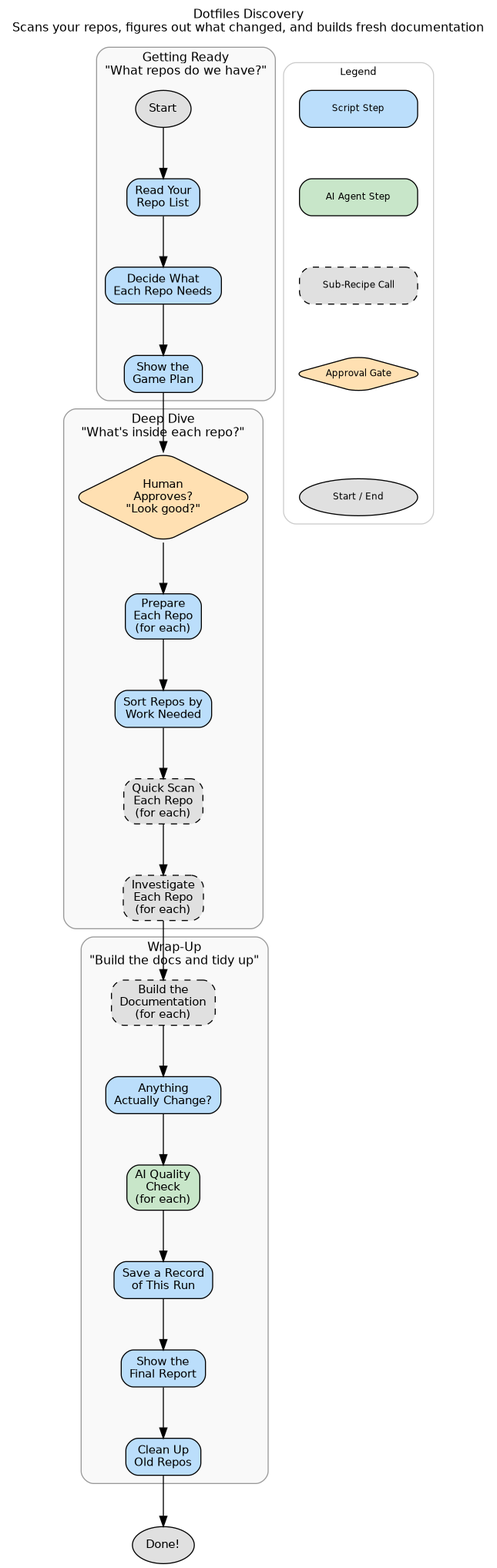
Above: recipes/dotfiles-discovery.png in bkrabach/amplifier-bundle-dot-docs (Graphviz), before the change. Its source is kept beside it as recipes/dotfiles-discovery.dot. The source it was exported from:
```dot
digraph dotfiles_discovery {
    rankdir=TB
    fontname="Helvetica"
    fontsize=12
    label="Dotfiles Discovery\nScans your repos, figures out what changed, and builds fresh documentation"
    labelloc=t
    labeljust=c
    compound=true
    nodesep=0.6
    ranksep=0.7
    bgcolor="white"
    source_hash="7741445b835a28f4d95ee8cc4b39314c1cd7125bddf81c2da356ebb1c463edef"

    node [fontname="Helvetica", fontsize=11, style="filled,rounded"]
    edge [fontname="Helvetica", fontsize=9]

    start [label="Start", shape=oval, fillcolor="#e0e0e0"]
    done  [label="Done!", shape=oval, fillcolor="#e0e0e0"]

    subgraph cluster_setup {
        label="Getting Ready\n\"What repos do we have?\""
        style="filled,rounded"
        fillcolor="#f9f9f9"
        color="#999999"

        step_read_profile [label="Read Your\nRepo List", shape=box, fillcolor="#bbdefb", style="filled,rounded", tooltip="python3 << 'EOF' import json import ast import sys from pathlib import Path  try:     import yaml ex"]
        step_determine_tiers [label="Decide What\nEach Repo Needs", shape=box, fillcolor="#bbdefb", style="filled,rounded", tooltip="python3 << 'EOF' import json import ast import sys from pathlib import Path  sys.path.insert(0, str("]
        step_display_plan [label="Show the\nGame Plan", shape=box, fillcolor="#bbdefb", style="filled,rounded", tooltip="python3 << 'EOF' import json  import ast TIER_LABELS = {     -1: 'SKIP (not found)',      0: 'SKIP ("]

        start -> step_read_profile
        step_read_profile -> step_determine_tiers
        step_determine_tiers -> step_display_plan
    }

    gate_investigation [label="Human\nApproves?\n\"Look good?\"", shape=diamond, fillcolor="#ffe0b2", tooltip="## Discovery Plan — Ready for Synthesis  The following tier plan was computed from your profile and "]
    step_display_plan -> gate_investigation
    subgraph cluster_investigation {
        label="Deep Dive\n\"What's inside each repo?\""
        style="filled,rounded"
        fillcolor="#f9f9f9"
        color="#999999"

        step_process_repos [label="Prepare\nEach Repo\n(for each)", shape=box, fillcolor="#bbdefb", style="filled,rounded", tooltip="python3 << 'EOF' import json  import ast entry = ast.literal_eval('''{{repo_entry}}''') repo  = entr"]
        step_filter_tiers [label="Sort Repos by\nWork Needed", shape=box, fillcolor="#bbdefb", style="filled,rounded", tooltip="python3 << 'EOF' import json, ast  tier_plan = ast.literal_eval('''{{tier_plan}}''')  prescan_repos "]
        step_prescan_repos [label="Quick Scan\nEach Repo\n(for each)", shape=box, fillcolor="#e0e0e0", style="filled,rounded,dashed", tooltip="prescan-repos"]
        step_investigate_repos [label="Investigate\nEach Repo\n(for each)", shape=box, fillcolor="#e0e0e0", style="filled,rounded,dashed", tooltip="investigate-repos"]

        gate_investigation -> step_process_repos
        step_process_repos -> step_filter_tiers
        step_filter_tiers -> step_prescan_repos
        step_prescan_repos -> step_investigate_repos
    }

    subgraph cluster_synthesis {
        label="Wrap-Up\n\"Build the docs and tidy up\""
        style="filled,rounded"
        fillcolor="#f9f9f9"
        color="#999999"

        step_run_synthesis [label="Build the\nDocumentation\n(for each)", shape=box, fillcolor="#e0e0e0", style="filled,rounded,dashed", tooltip="run-synthesis"]
        step_check_content_hash [label="Anything\nActually Change?", shape=box, fillcolor="#bbdefb", style="filled,rounded", tooltip="python3 << 'EOF' import json import ast import sys from pathlib import Path  # Add tools directory t"]
        step_tier3_analysis [label="AI Quality\nCheck\n(for each)", shape=box, fillcolor="#c8e6c9", style="filled,rounded", tooltip="dot-graph:dot-author"]
        step_write_metadata [label="Save a Record\nof This Run", shape=box, fillcolor="#bbdefb", style="filled,rounded", tooltip="python3 << 'EOF' import json import ast import sys from datetime import datetime, timezone from path"]
        step_final_summary [label="Show the\nFinal Report", shape=box, fillcolor="#bbdefb", style="filled,rounded", tooltip="python3 << 'EOF' import json  import ast dotfiles_root = '{{dotfiles_root}}' metadata_raw = '{{metad"]
        step_reconcile_stale_repos [label="Clean Up\nOld Repos", shape=box, fillcolor="#bbdefb", style="filled,rounded", tooltip="python3 << 'EOF' import sys from pathlib import Path  sys.path.insert(0, '/home/bkrabach/dev/dot-doc"]

        step_investigate_repos -> step_run_synthesis
        step_run_synthesis -> step_check_content_hash
        step_check_content_hash -> step_tier3_analysis
        step_tier3_analysis -> step_write_metadata
        step_write_metadata -> step_final_summary
        step_final_summary -> step_reconcile_stale_repos
    }

    step_reconcile_stale_repos -> done

    subgraph cluster_legend {
        label="Legend"
        style="filled,rounded"
        fillcolor="white"
        color="#cccccc"
        fontsize=10
        node [shape=box, fontsize=9, width=1.6]
        leg_bash [label="Script Step", shape=box, fillcolor="#bbdefb"]
        leg_agent [label="AI Agent Step", shape=box, fillcolor="#c8e6c9"]
        leg_sub [label="Sub-Recipe Call", shape=box, fillcolor="#e0e0e0", style="filled,rounded,dashed"]
        leg_gate [label="Approval Gate", shape=diamond, fillcolor="#ffe0b2"]
        leg_start [label="Start / End", shape=oval, fillcolor="#e0e0e0"]
        leg_bash -> leg_agent -> leg_sub -> leg_gate -> leg_start [style=invis]
    }
}
```
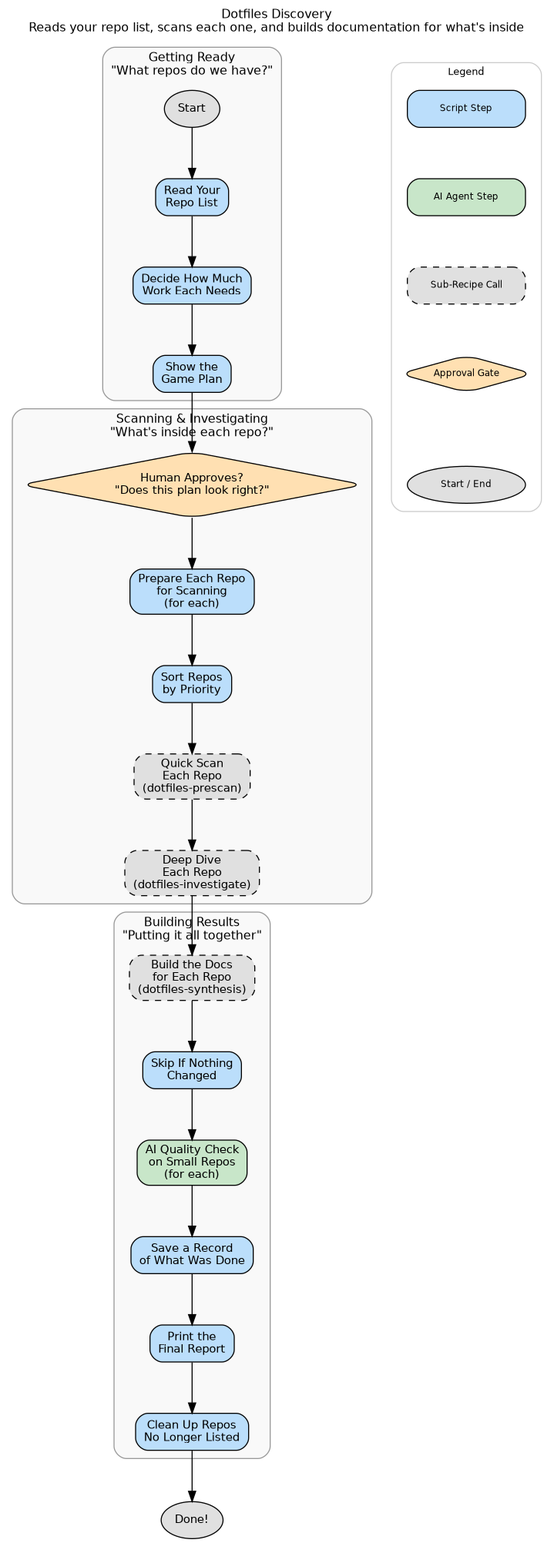
After the change.

What changed in the source:
```diff
@@ -2,7 +2,7 @@
     rankdir=TB
     fontname="Helvetica"
     fontsize=12
-    label="Dotfiles Discovery\nScans your repos, figures out what changed, and builds fresh documentation"
+    label="Dotfiles Discovery\nReads your repo list, scans each one, and builds documentation for what's inside"
     labelloc=t
     labeljust=c
     compound=true
@@ -24,7 +24,7 @@
         color="#999999"
 
         step_read_profile [label="Read Your\nRepo List", shape=box, fillcolor="#bbdefb", style="filled,rounded", tooltip="python3 << 'EOF' import json import ast import sys from pathlib import Path  try:     import yaml ex"]
-        step_determine_tiers [label="Decide What\nEach Repo Needs", shape=box, fillcolor="#bbdefb", style="filled,rounded", tooltip="python3 << 'EOF' import json import ast import sys from pathlib import Path  sys.path.insert(0, str("]
+        step_determine_tiers [label="Decide How Much\nWork Each Needs", shape=box, fillcolor="#bbdefb", style="filled,rounded", tooltip="python3 << 'EOF' import json import ast import sys from pathlib import Path  sys.path.insert(0, str("]
         step_display_plan [label="Show the\nGame Plan", shape=box, fillcolor="#bbdefb", style="filled,rounded", tooltip="python3 << 'EOF' import json  import ast TIER_LABELS = {     -1: 'SKIP (not found)',      0: 'SKIP ("]
 
         start -> step_read_profile
@@ -32,18 +32,18 @@
         step_determine_tiers -> step_display_plan
     }
 
-    gate_investigation [label="Human\nApproves?\n\"Look good?\"", shape=diamond, fillcolor="#ffe0b2", tooltip="## Discovery Plan — Ready for Synthesis  The following tier plan was computed from your profile and "]
+    gate_investigation [label="Human Approves?\n\"Does this plan look right?\"", shape=diamond, fillcolor="#ffe0b2", tooltip="## Discovery Plan — Ready for Synthesis  The following tier plan was computed from your profile and "]
     step_display_plan -> gate_investigation
     subgraph cluster_investigation {
-        label="Deep Dive\n\"What's inside each repo?\""
+        label="Scanning & Investigating\n\"What's inside each repo?\""
         style="filled,rounded"
         fillcolor="#f9f9f9"
         color="#999999"
 
-        step_process_repos [label="Prepare\nEach Repo\n(for each)", shape=box, fillcolor="#bbdefb", style="filled,rounded", tooltip="python3 << 'EOF' import json  import ast entry = ast.literal_eval('''{{repo_entry}}''') repo  = entr"]
-        step_filter_tiers [label="Sort Repos by\nWork Needed", shape=box, fillcolor="#bbdefb", style="filled,rounded", tooltip="python3 << 'EOF' import json, ast  tier_plan = ast.literal_eval('''{{tier_plan}}''')  prescan_repos "]
-        step_prescan_repos [label="Quick Scan\nEach Repo\n(for each)", shape=box, fillcolor="#e0e0e0", style="filled,rounded,dashed", tooltip="prescan-repos"]
-        step_investigate_repos [label="Investigate\nEach Repo\n(for each)", shape=box, fillcolor="#e0e0e0", style="filled,rounded,dashed", tooltip="investigate-repos"]
+        step_process_repos [label="Prepare Each Repo\nfor Scanning\n(for each)", shape=box, fillcolor="#bbdefb", style="filled,rounded", tooltip="python3 << 'EOF' import json  import ast entry = ast.literal_eval('''{{repo_entry}}''') repo  = entr"]
+        step_filter_tiers [label="Sort Repos\nby Priority", shape=box, fillcolor="#bbdefb", style="filled,rounded", tooltip="python3 << 'EOF' import json, ast  tier_plan = ast.literal_eval('''{{tier_plan}}''')  prescan_repos "]
+        step_prescan_repos [label="Quick Scan\nEach Repo\n(dotfiles-prescan)", shape=box, fillcolor="#e0e0e0", style="filled,rounded,dashed", tooltip="prescan-repos"]
+        step_investigate_repos [label="Deep Dive\nEach Repo\n(dotfiles-investigate)", shape=box, fillcolor="#e0e0e0", style="filled,rounded,dashed", tooltip="investigate-repos"]
 
         gate_investigation -> step_process_repos
         step_process_repos -> step_filter_tiers
@@ -52,17 +52,17 @@
     }
 
     subgraph cluster_synthesis {
-        label="Wrap-Up\n\"Build the docs and tidy up\""
+        label="Building Results\n\"Putting it all together\""
         style="filled,rounded"
         fillcolor="#f9f9f9"
         color="#999999"
 
-        step_run_synthesis [label="Build the\nDocumentation\n(for each)", shape=box, fillcolor="#e0e0e0", style="filled,rounded,dashed", tooltip="run-synthesis"]
-        step_check_content_hash [label="Anything\nActually Change?", shape=box, fillcolor="#bbdefb", style="filled,rounded", tooltip="python3 << 'EOF' import json import ast import sys from pathlib import Path  # Add tools directory t"]
-        step_tier3_analysis [label="AI Quality\nCheck\n(for each)", shape=box, fillcolor="#c8e6c9", style="filled,rounded", tooltip="dot-graph:dot-author"]
-        step_write_metadata [label="Save a Record\nof This Run", shape=box, fillcolor="#bbdefb", style="filled,rounded", tooltip="python3 << 'EOF' import json import ast import sys from datetime import datetime, timezone from path"]
-        step_final_summary [label="Show the\nFinal Report", shape=box, fillcolor="#bbdefb", style="filled,rounded", tooltip="python3 << 'EOF' import json  import ast dotfiles_root = '{{dotfiles_root}}' metadata_raw = '{{metad"]
-        step_reconcile_stale_repos [label="Clean Up\nOld Repos", shape=box, fillcolor="#bbdefb", style="filled,rounded", tooltip="python3 << 'EOF' import sys from pathlib import Path  sys.path.insert(0, '/home/bkrabach/dev/dot-doc"]
+        step_run_synthesis [label="Build the Docs\nfor Each Repo\n(dotfiles-synthesis)", shape=box, fillcolor="#e0e0e0", style="filled,rounded,dashed", tooltip="run-synthesis"]
+        step_check_content_hash [label="Skip If Nothing\nChanged", shape=box, fillcolor="#bbdefb", style="filled,rounded", tooltip="python3 << 'EOF' import json import ast import sys from pathlib import Path  # Add tools directory t"]
+        step_tier3_analysis [label="AI Quality Check\non Small Repos\n(for each)", shape=box, fillcolor="#c8e6c9", style="filled,rounded", tooltip="dot-graph:dot-author"]
+        step_write_metadata [label="Save a Record\nof What Was Done", shape=box, fillcolor="#bbdefb", style="filled,rounded", tooltip="python3 << 'EOF' import json import ast import sys from datetime import datetime, timezone from path"]
+        step_final_summary [label="Print the\nFinal Report", shape=box, fillcolor="#bbdefb", style="filled,rounded", tooltip="python3 << 'EOF' import json  import ast dotfiles_root = '{{dotfiles_root}}' metadata_raw = '{{metad"]
+        step_reconcile_stale_repos [label="Clean Up Repos\nNo Longer Listed", shape=box, fillcolor="#bbdefb", style="filled,rounded", tooltip="python3 << 'EOF' import sys from pathlib import Path  sys.path.insert(0, '/home/bkrabach/dev/dot-doc"]
 
         step_investigate_repos -> step_run_synthesis
         step_run_synthesis -> step_check_content_hash
```
